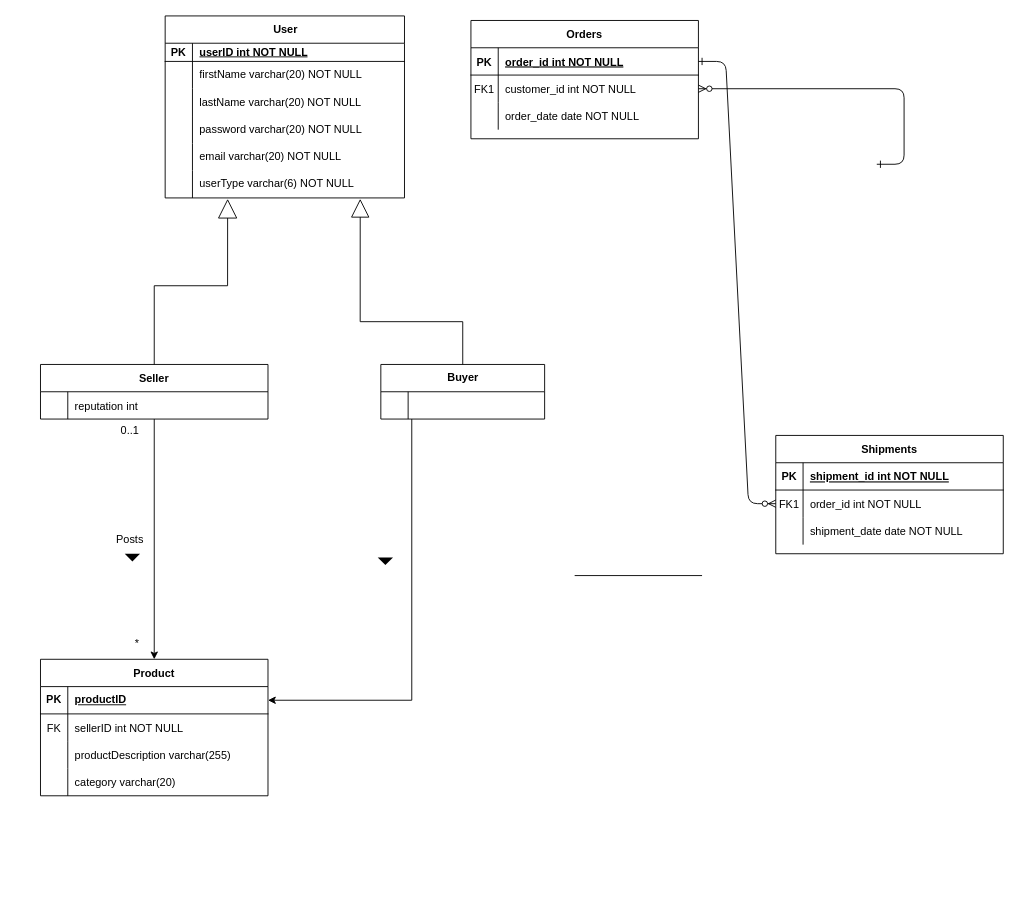
Earlier version of the draw.io diagram ERD_0.drawio (AnTienHuang/COMP0178). Source tidied: cells renumbered, new cells numbered last; positions are measured from the earlier drawing's top-left corner, leaving out a move shared by most shapes. Both pictures are drawn from the tidied source at 91%, with x=0, y=0 at pixel (40, 15).
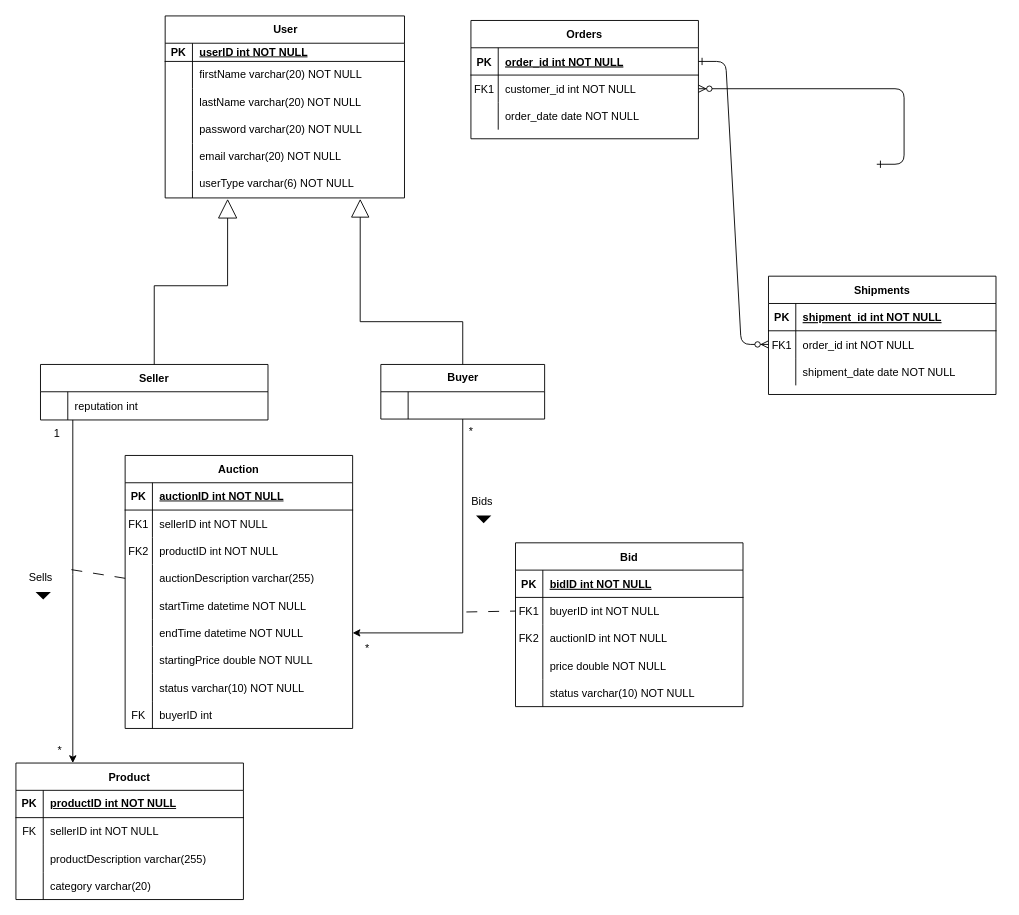
The same diagram, later.

Unchanged cells that the change refers to:
```xml
<mxCell id="46" value="Buyer" style="shape=table;startSize=30;childLayout=tableLayout;rowLines=0;fontStyle=1;align=center;html=1;" parent="1" vertex="1">
  <mxGeometry x="374" y="383" width="180" height="60" as="geometry" />
</mxCell>
<mxCell id="56" style="shape=tableRow;horizontal=0;startSize=0;swimlaneHead=0;swimlaneBody=0;fillColor=none;points=[[0,0.5],[1,0.5]];portConstraint=eastwest;top=0;left=0;right=0;bottom=1;" parent="55" vertex="1">
  <mxGeometry y="30" width="250" height="30" as="geometry" />
</mxCell>
```

The edit, as a diff of the source:
```diff
@@
     <mxCell id="14" value="Shipments" style="shape=table;startSize=30;childLayout=tableLayout;rowLines=0;fontStyle=1;align=center;" parent="1" vertex="1">
-      <mxGeometry x="808" y="461" width="250" height="130" as="geometry" />
+      <mxGeometry x="800" y="286" width="250" height="130" as="geometry" />
     </mxCell>
@@
-    <mxCell id="24" style="triangle;fillColor=strokeColor;rotation=90;strokeWidth=2;" parent="1" vertex="1">
-      <mxGeometry x="98" y="589" width="6" height="12" as="geometry" />
-    </mxCell>
-    <mxCell id="25" style="endArrow=none;html=1;rounded=0;align=center;verticalAlign=bottom;labelBackgroundColor=none;startArrow=none;startFill=0;" parent="1" edge="1">
+    <mxCell id="25" style="endArrow=none;html=1;rounded=0;align=center;verticalAlign=bottom;labelBackgroundColor=none;startArrow=none;startFill=0;entryX=0;entryY=0.5;entryDx=0;entryDy=0;dashed=1;dashPattern=12 12;" parent="1" edge="1" target="79">
       <mxGeometry relative="1" as="geometry">
-        <mxPoint x="587" y="615" as="sourcePoint" />
-        <mxPoint x="727" y="615" as="targetPoint" />
+        <mxPoint x="468" y="655" as="sourcePoint" />
       </mxGeometry>
     </mxCell>
@@
-    <mxCell id="45" style="edgeStyle=orthogonalEdgeStyle;rounded=0;jettySize=auto;html=1;entryX=1;entryY=0.5;entryDx=0;entryDy=0;" parent="1" edge="1" source="46" target="56">
-      <mxGeometry relative="1" as="geometry">
-        <Array as="points">
-          <mxPoint x="408" y="752" />
-        </Array>
-      </mxGeometry>
-    </mxCell>
+    <mxCell id="74" style="edgeStyle=orthogonalEdgeStyle;rounded=0;jettySize=auto;html=1;entryX=1;entryY=0.5;entryDx=0;entryDy=0;" parent="1" edge="1" source="46" target="109">
+      <mxGeometry relative="1" as="geometry" />
+    </mxCell>
@@
-    <mxCell id="50" style="edgeStyle=orthogonalEdgeStyle;rounded=0;jettySize=auto;html=1;jumpStyle=none;" parent="1" edge="1" source="51" target="55">
-      <mxGeometry relative="1" as="geometry" />
-    </mxCell>
     <mxCell id="51" value="Seller" style="shape=table;startSize=30;childLayout=tableLayout;rowLines=0;fontStyle=1;align=center;swimlaneLine=1;" parent="1" vertex="1">
-      <mxGeometry y="383" width="250" height="60" as="geometry" />
+      <mxGeometry y="383" width="250" height="61" as="geometry" />
     </mxCell>
     <mxCell id="52" style="shape=partialRectangle;fillColor=none;top=0;left=0;right=0;bottom=0;" parent="51" vertex="1">
-      <mxGeometry y="30" width="250" height="30" as="geometry" />
+      <mxGeometry y="30" width="250" height="31" as="geometry" />
     </mxCell>
     <mxCell id="53" style="shape=partialRectangle;overflow=hidden;fillColor=none;top=0;left=0;bottom=0;right=0;" parent="52" vertex="1">
-      <mxGeometry width="30" height="30" as="geometry" />
+      <mxGeometry width="30" height="31" as="geometry" />
     </mxCell>
     <mxCell id="54" value="reputation int" style="shape=partialRectangle;overflow=hidden;fillColor=none;top=0;left=0;bottom=0;right=0;align=left;spacingLeft=6;" parent="52" vertex="1">
-      <mxGeometry x="30" width="220" height="30" as="geometry" />
+      <mxGeometry x="30" width="220" height="31" as="geometry" />
     </mxCell>
     <mxCell id="55" value="Product" style="shape=table;startSize=30;childLayout=tableLayout;rowLines=0;fontStyle=1;align=center;swimlaneLine=1;" parent="1" vertex="1">
-      <mxGeometry y="707" width="250" height="150" as="geometry" />
+      <mxGeometry x="-27" y="821" width="250" height="150" as="geometry" />
     </mxCell>
@@
-    <mxCell id="58" value="productID" style="shape=partialRectangle;fillColor=none;top=0;left=0;bottom=0;right=0;align=left;spacingLeft=6;fontStyle=5;overflow=hidden;whiteSpace=wrap;html=1;" parent="56" vertex="1">
+    <mxCell id="58" value="productID int NOT NULL" style="shape=partialRectangle;fillColor=none;top=0;left=0;bottom=0;right=0;align=left;spacingLeft=6;fontStyle=5;overflow=hidden;whiteSpace=wrap;html=1;" parent="56" vertex="1">
       <mxGeometry x="30" width="220" height="30" as="geometry" />
     </mxCell>
@@
+    <mxCell id="75" value="Bid" style="shape=table;startSize=30;childLayout=tableLayout;rowLines=0;fontStyle=1;align=center;" parent="1" vertex="1">
+      <mxGeometry x="522" y="579" width="250" height="180" as="geometry" />
+    </mxCell>
+    <mxCell id="76" style="shape=partialRectangle;fillColor=none;top=0;left=0;right=0;bottom=1;" parent="75" vertex="1">
+      <mxGeometry y="30" width="250" height="30" as="geometry" />
+    </mxCell>
+    <mxCell id="77" value="PK" style="shape=partialRectangle;overflow=hidden;fillColor=none;top=0;left=0;bottom=0;right=0;fontStyle=1;" parent="76" vertex="1">
+      <mxGeometry width="30" height="30" as="geometry" />
+    </mxCell>
+    <mxCell id="78" value="bidID int NOT NULL " style="shape=partialRectangle;overflow=hidden;fillColor=none;top=0;left=0;bottom=0;right=0;align=left;spacingLeft=6;fontStyle=5;" parent="76" vertex="1">
+      <mxGeometry x="30" width="220" height="30" as="geometry" />
+    </mxCell>
+    <mxCell id="79" style="shape=partialRectangle;fillColor=none;points=[[0,0.5],[1,0.5]];portConstraint=eastwest;top=0;left=0;right=0;bottom=0;" parent="75" vertex="1">
+      <mxGeometry y="60" width="250" height="30" as="geometry" />
+    </mxCell>
+    <mxCell id="80" value="FK1" style="shape=partialRectangle;overflow=hidden;fillColor=none;top=0;left=0;bottom=0;right=0;" parent="79" vertex="1">
+      <mxGeometry width="30" height="30" as="geometry" />
+    </mxCell>
+    <mxCell id="81" value="buyerID int NOT NULL" style="shape=partialRectangle;overflow=hidden;fillColor=none;top=0;left=0;bottom=0;right=0;align=left;spacingLeft=6;" parent="79" vertex="1">
+      <mxGeometry x="30" width="220" height="30" as="geometry" />
+    </mxCell>
+    <mxCell id="82" style="shape=partialRectangle;fillColor=none;top=0;left=0;right=0;bottom=0;" parent="75" vertex="1">
+      <mxGeometry y="90" width="250" height="30" as="geometry" />
+    </mxCell>
+    <mxCell id="83" value="FK2" style="shape=partialRectangle;overflow=hidden;fillColor=none;top=0;left=0;bottom=0;right=0;" parent="82" vertex="1">
+      <mxGeometry width="30" height="30" as="geometry" />
+    </mxCell>
+    <mxCell id="84" value="auctionID int NOT NULL" style="shape=partialRectangle;overflow=hidden;fillColor=none;top=0;left=0;bottom=0;right=0;align=left;spacingLeft=6;" parent="82" vertex="1">
+      <mxGeometry x="30" width="220" height="30" as="geometry" />
+    </mxCell>
+    <mxCell id="85" style="shape=partialRectangle;fillColor=none;top=0;left=0;right=0;bottom=0;" parent="75" vertex="1">
+      <mxGeometry y="120" width="250" height="30" as="geometry" />
+    </mxCell>
+    <mxCell id="86" style="shape=partialRectangle;overflow=hidden;fillColor=none;top=0;left=0;bottom=0;right=0;" parent="85" vertex="1">
+      <mxGeometry width="30" height="30" as="geometry" />
+    </mxCell>
+    <mxCell id="87" value="price double NOT NULL" style="shape=partialRectangle;overflow=hidden;fillColor=none;top=0;left=0;bottom=0;right=0;align=left;spacingLeft=6;" parent="85" vertex="1">
+      <mxGeometry x="30" width="220" height="30" as="geometry" />
+    </mxCell>
+    <mxCell id="88" style="shape=partialRectangle;fillColor=none;top=0;left=0;right=0;bottom=0;" parent="75" vertex="1">
+      <mxGeometry y="150" width="250" height="30" as="geometry" />
+    </mxCell>
+    <mxCell id="89" style="shape=partialRectangle;overflow=hidden;fillColor=none;top=0;left=0;bottom=0;right=0;" parent="88" vertex="1">
+      <mxGeometry width="30" height="30" as="geometry" />
+    </mxCell>
+    <mxCell id="90" value="status varchar(10) NOT NULL" style="shape=partialRectangle;overflow=hidden;fillColor=none;top=0;left=0;bottom=0;right=0;align=left;spacingLeft=6;" parent="88" vertex="1">
+      <mxGeometry x="30" width="220" height="30" as="geometry" />
+    </mxCell>
+    <mxCell id="91" value="*" style="text;html=1;align=center;verticalAlign=middle;strokeColor=none;fillColor=none;" parent="1" vertex="1">
+      <mxGeometry x="461" y="444" width="23" height="26" as="geometry" />
+    </mxCell>
+    <mxCell id="92" value="*" style="text;html=1;align=center;verticalAlign=middle;strokeColor=none;fillColor=none;" parent="1" vertex="1">
+      <mxGeometry x="347" y="683" width="23" height="26" as="geometry" />
+    </mxCell>
+    <mxCell id="93" value="Auction" style="shape=table;startSize=30;childLayout=tableLayout;rowLines=0;fontStyle=1;align=center;swimlaneLine=1;" parent="1" vertex="1">
+      <mxGeometry x="93" y="483" width="250" height="300" as="geometry" />
+    </mxCell>
+    <mxCell id="94" style="shape=tableRow;horizontal=0;startSize=0;swimlaneHead=0;swimlaneBody=0;fillColor=none;top=0;left=0;right=0;bottom=1;" parent="93" vertex="1">
+      <mxGeometry y="30" width="250" height="30" as="geometry" />
+    </mxCell>
+    <mxCell id="95" value="PK" style="shape=partialRectangle;fillColor=none;top=0;left=0;bottom=0;right=0;fontStyle=1;overflow=hidden;whiteSpace=wrap;html=1;" parent="94" vertex="1">
+      <mxGeometry width="30" height="30" as="geometry" />
+    </mxCell>
+    <mxCell id="96" value="auctionID int NOT NULL" style="shape=partialRectangle;fillColor=none;top=0;left=0;bottom=0;right=0;align=left;spacingLeft=6;fontStyle=5;overflow=hidden;whiteSpace=wrap;html=1;" parent="94" vertex="1">
+      <mxGeometry x="30" width="220" height="30" as="geometry" />
+    </mxCell>
+    <mxCell id="97" style="shape=partialRectangle;fillColor=none;top=0;left=0;right=0;bottom=0;" parent="93" vertex="1">
+      <mxGeometry y="60" width="250" height="30" as="geometry" />
+    </mxCell>
+    <mxCell id="98" value="FK1" style="shape=partialRectangle;overflow=hidden;fillColor=none;top=0;left=0;bottom=0;right=0;" parent="97" vertex="1">
+      <mxGeometry width="30" height="30" as="geometry" />
+    </mxCell>
+    <mxCell id="99" value="sellerID int NOT NULL" style="shape=partialRectangle;overflow=hidden;fillColor=none;top=0;left=0;bottom=0;right=0;align=left;spacingLeft=6;" parent="97" vertex="1">
+      <mxGeometry x="30" width="220" height="30" as="geometry" />
+    </mxCell>
+    <mxCell id="100" style="shape=partialRectangle;fillColor=none;top=0;left=0;right=0;bottom=0;" parent="93" vertex="1">
+      <mxGeometry y="90" width="250" height="30" as="geometry" />
+    </mxCell>
+    <mxCell id="101" value="FK2" style="shape=partialRectangle;overflow=hidden;fillColor=none;top=0;left=0;bottom=0;right=0;" parent="100" vertex="1">
+      <mxGeometry width="30" height="30" as="geometry" />
+    </mxCell>
+    <mxCell id="102" value="productID int NOT NULL" style="shape=partialRectangle;overflow=hidden;fillColor=none;top=0;left=0;bottom=0;right=0;align=left;spacingLeft=6;" parent="100" vertex="1">
+      <mxGeometry x="30" width="220" height="30" as="geometry" />
+    </mxCell>
+    <mxCell id="103" style="shape=partialRectangle;fillColor=none;points=[[0,0.5],[1,0.5]];portConstraint=eastwest;top=0;left=0;right=0;bottom=0;" parent="93" vertex="1">
+      <mxGeometry y="120" width="250" height="30" as="geometry" />
+    </mxCell>
+    <mxCell id="104" style="shape=partialRectangle;overflow=hidden;fillColor=none;top=0;left=0;bottom=0;right=0;" parent="103" vertex="1">
+      <mxGeometry width="30" height="30" as="geometry" />
+    </mxCell>
+    <mxCell id="105" value="auctionDescription varchar(255)" style="shape=partialRectangle;overflow=hidden;fillColor=none;top=0;left=0;bottom=0;right=0;align=left;spacingLeft=6;" parent="103" vertex="1">
+      <mxGeometry x="30" width="220" height="30" as="geometry" />
+    </mxCell>
+    <mxCell id="106" style="shape=partialRectangle;fillColor=none;top=0;left=0;right=0;bottom=0;" parent="93" vertex="1">
+      <mxGeometry y="150" width="250" height="30" as="geometry" />
+    </mxCell>
+    <mxCell id="107" style="shape=partialRectangle;overflow=hidden;fillColor=none;top=0;left=0;bottom=0;right=0;" parent="106" vertex="1">
+      <mxGeometry width="30" height="30" as="geometry" />
+    </mxCell>
+    <mxCell id="108" value="startTime datetime NOT NULL" style="shape=partialRectangle;overflow=hidden;fillColor=none;top=0;left=0;bottom=0;right=0;align=left;spacingLeft=6;" parent="106" vertex="1">
+      <mxGeometry x="30" width="220" height="30" as="geometry" />
+    </mxCell>
+    <mxCell id="109" style="shape=partialRectangle;fillColor=none;points=[[0,0.5],[1,0.5]];portConstraint=eastwest;top=0;left=0;right=0;bottom=0;" parent="93" vertex="1">
+      <mxGeometry y="180" width="250" height="30" as="geometry" />
+    </mxCell>
+    <mxCell id="110" style="shape=partialRectangle;overflow=hidden;fillColor=none;top=0;left=0;bottom=0;right=0;" parent="109" vertex="1">
+      <mxGeometry width="30" height="30" as="geometry" />
+    </mxCell>
+    <mxCell id="111" value="endTime datetime NOT NULL" style="shape=partialRectangle;overflow=hidden;fillColor=none;top=0;left=0;bottom=0;right=0;align=left;spacingLeft=6;" parent="109" vertex="1">
+      <mxGeometry x="30" width="220" height="30" as="geometry" />
+    </mxCell>
+    <mxCell id="112" style="shape=partialRectangle;fillColor=none;top=0;left=0;right=0;bottom=0;" parent="93" vertex="1">
+      <mxGeometry y="210" width="250" height="30" as="geometry" />
+    </mxCell>
+    <mxCell id="113" style="shape=partialRectangle;overflow=hidden;fillColor=none;top=0;left=0;bottom=0;right=0;" parent="112" vertex="1">
+      <mxGeometry width="30" height="30" as="geometry" />
+    </mxCell>
+    <mxCell id="114" value="startingPrice double NOT NULL" style="shape=partialRectangle;overflow=hidden;fillColor=none;top=0;left=0;bottom=0;right=0;align=left;spacingLeft=6;" parent="112" vertex="1">
+      <mxGeometry x="30" width="220" height="30" as="geometry" />
+    </mxCell>
+    <mxCell id="115" style="shape=partialRectangle;fillColor=none;top=0;left=0;right=0;bottom=0;" parent="93" vertex="1">
+      <mxGeometry y="240" width="250" height="30" as="geometry" />
+    </mxCell>
+    <mxCell id="116" style="shape=partialRectangle;overflow=hidden;fillColor=none;top=0;left=0;bottom=0;right=0;" parent="115" vertex="1">
+      <mxGeometry width="30" height="30" as="geometry" />
+    </mxCell>
+    <mxCell id="117" value="status varchar(10) NOT NULL" style="shape=partialRectangle;overflow=hidden;fillColor=none;top=0;left=0;bottom=0;right=0;align=left;spacingLeft=6;" parent="115" vertex="1">
+      <mxGeometry x="30" width="220" height="30" as="geometry" />
+    </mxCell>
+    <mxCell id="118" style="shape=partialRectangle;fillColor=none;top=0;left=0;right=0;bottom=0;" parent="93" vertex="1">
+      <mxGeometry y="270" width="250" height="30" as="geometry" />
+    </mxCell>
+    <mxCell id="119" value="FK" style="shape=partialRectangle;overflow=hidden;fillColor=none;top=0;left=0;bottom=0;right=0;" parent="118" vertex="1">
+      <mxGeometry width="30" height="30" as="geometry" />
+    </mxCell>
+    <mxCell id="120" value="buyerID int" style="shape=partialRectangle;overflow=hidden;fillColor=none;top=0;left=0;bottom=0;right=0;align=left;spacingLeft=6;" parent="118" vertex="1">
+      <mxGeometry x="30" width="220" height="30" as="geometry" />
+    </mxCell>
+    <mxCell id="24" style="triangle;fillColor=strokeColor;rotation=90;strokeWidth=2;" parent="1" vertex="1">
+      <mxGeometry y="631" width="6" height="12" as="geometry" />
+    </mxCell>
+    <mxCell id="50" style="edgeStyle=orthogonalEdgeStyle;rounded=0;jettySize=auto;html=1;jumpStyle=none;entryX=0.25;entryY=0;entryDx=0;entryDy=0;" parent="1" edge="1" source="51" target="55">
+      <mxGeometry relative="1" as="geometry">
+        <Array as="points">
+          <mxPoint x="36" y="614" />
+        </Array>
+      </mxGeometry>
+    </mxCell>
-    <mxCell id="70" value="&lt;font style=&quot;font-size: 12px;&quot;&gt;Posts&lt;/font&gt;" style="text;html=1;align=center;verticalAlign=middle;strokeColor=none;fillColor=none;strokeWidth=5;" parent="1" vertex="1">
-      <mxGeometry x="74" y="563" width="48" height="26" as="geometry" />
+    <mxCell id="70" value="&lt;font style=&quot;font-size: 12px;&quot;&gt;Sells&lt;/font&gt;" style="text;html=1;align=center;verticalAlign=middle;strokeColor=none;fillColor=none;strokeWidth=5;" parent="1" vertex="1">
+      <mxGeometry x="-22" y="605" width="44" height="26" as="geometry" />
     </mxCell>
-    <mxCell id="71" value="0..1" style="text;html=1;align=center;verticalAlign=middle;strokeColor=none;fillColor=none;" parent="1" vertex="1">
-      <mxGeometry x="79" y="443" width="38" height="26" as="geometry" />
+    <mxCell id="71" value="1" style="text;html=1;align=center;verticalAlign=middle;strokeColor=none;fillColor=none;" parent="1" vertex="1">
+      <mxGeometry x="5" y="446" width="25" height="26" as="geometry" />
     </mxCell>
     <mxCell id="72" value="*" style="text;html=1;align=center;verticalAlign=middle;strokeColor=none;fillColor=none;" parent="1" vertex="1">
-      <mxGeometry x="94" y="677" width="23" height="26" as="geometry" />
+      <mxGeometry x="9" y="795" width="23" height="26" as="geometry" />
     </mxCell>
-    <mxCell id="73" style="triangle;fillColor=strokeColor;rotation=90;strokeWidth=2;" parent="1" vertex="1">
-      <mxGeometry x="376" y="593" width="6" height="12" as="geometry" />
-    </mxCell>
+    <mxCell id="121" style="edgeStyle=none;jettySize=auto;html=1;rounded=0;entryX=0;entryY=0.5;entryDx=0;entryDy=0;dashed=1;dashPattern=12 12;endArrow=none;endFill=0;" parent="1" edge="1" target="103">
+      <mxGeometry relative="1" as="geometry">
+        <mxPoint x="34" y="608.5" as="sourcePoint" />
+      </mxGeometry>
+    </mxCell>
+    <mxCell id="122" style="triangle;fillColor=strokeColor;rotation=90;strokeWidth=2;" parent="1" vertex="1">
+      <mxGeometry x="484" y="547" width="6" height="12" as="geometry" />
+    </mxCell>
+    <mxCell id="123" value="&lt;font style=&quot;font-size: 12px;&quot;&gt;Bids&lt;/font&gt;" style="text;html=1;align=center;verticalAlign=middle;strokeColor=none;fillColor=none;strokeWidth=5;" parent="1" vertex="1">
+      <mxGeometry x="464" y="521" width="41" height="26" as="geometry" />
+    </mxCell>
```
